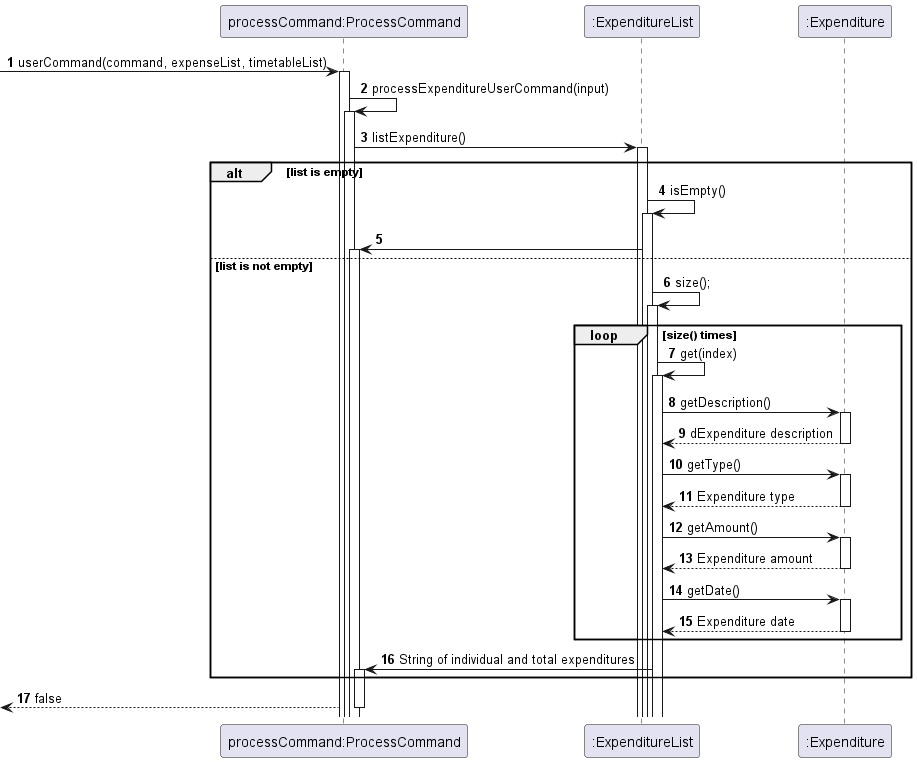
The PlantUML diagram docs/diagrams/sequencediagram/ListExpenditure.png in nyh3/tp, before a commit.
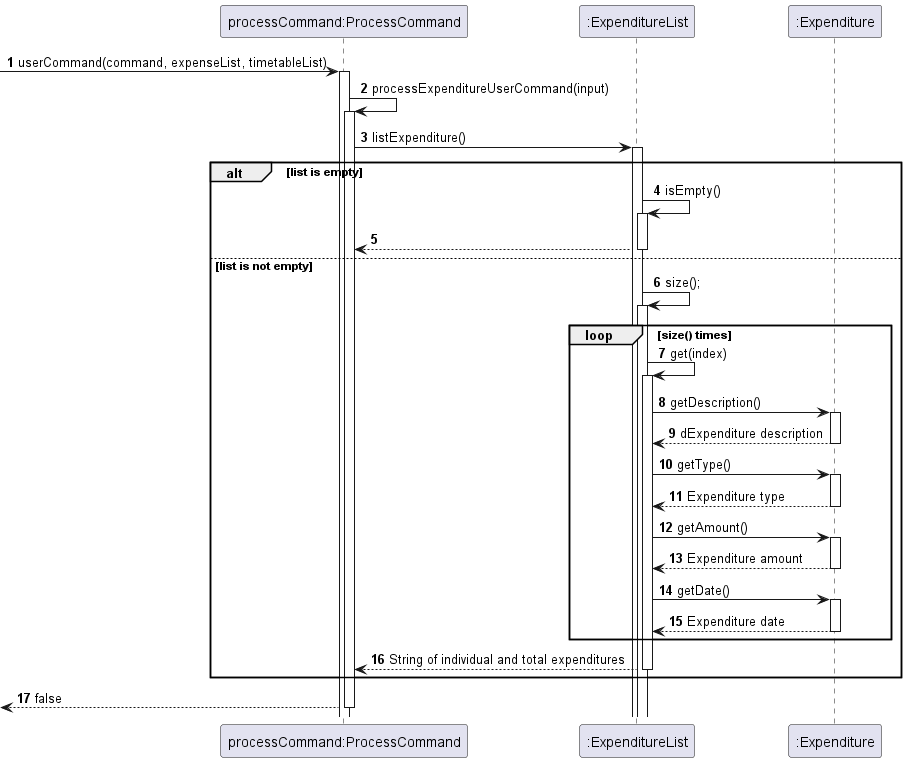
The same file after the commit.

Diff of the diagram source:
```diff
@@ -17,7 +17,7 @@
 
 alt list is empty
     expenditureList -> expenditureList: isEmpty()
-    processCommand <- expenditureList
+    processCommand <-- expenditureList
 else list is not empty
     expenditureList -> expenditureList: size();
     loop size() times
@@ -31,7 +31,7 @@
     expenditureList -> expenditure: getDate()
     expenditureList <-- expenditure: Expenditure date
     end
-    processCommand <- expenditureList: String of individual and total expenditures
+    processCommand <-- expenditureList: String of individual and total expenditures
 end
 
 
```
